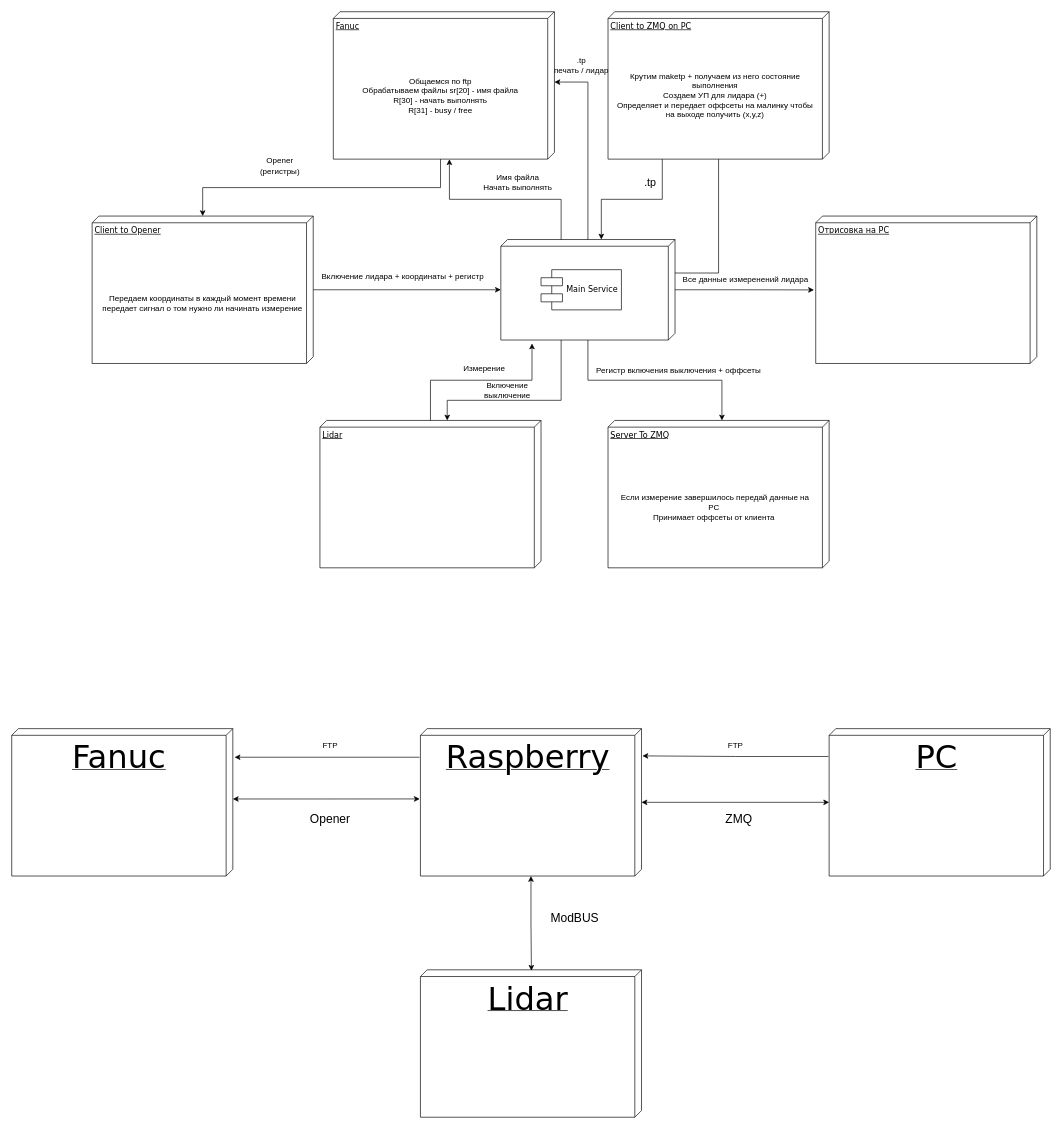
The draw.io diagram Диаграмма без названия.drawio in voinov-arduino/Fanuc, before the edit. Source tidied: cells renumbered, new cells numbered last; positions are measured from the earlier drawing's top-left corner, leaving out a move shared by most shapes. Both pictures are drawn from the tidied source at 67%, with x=0, y=0 at pixel (11, 11).
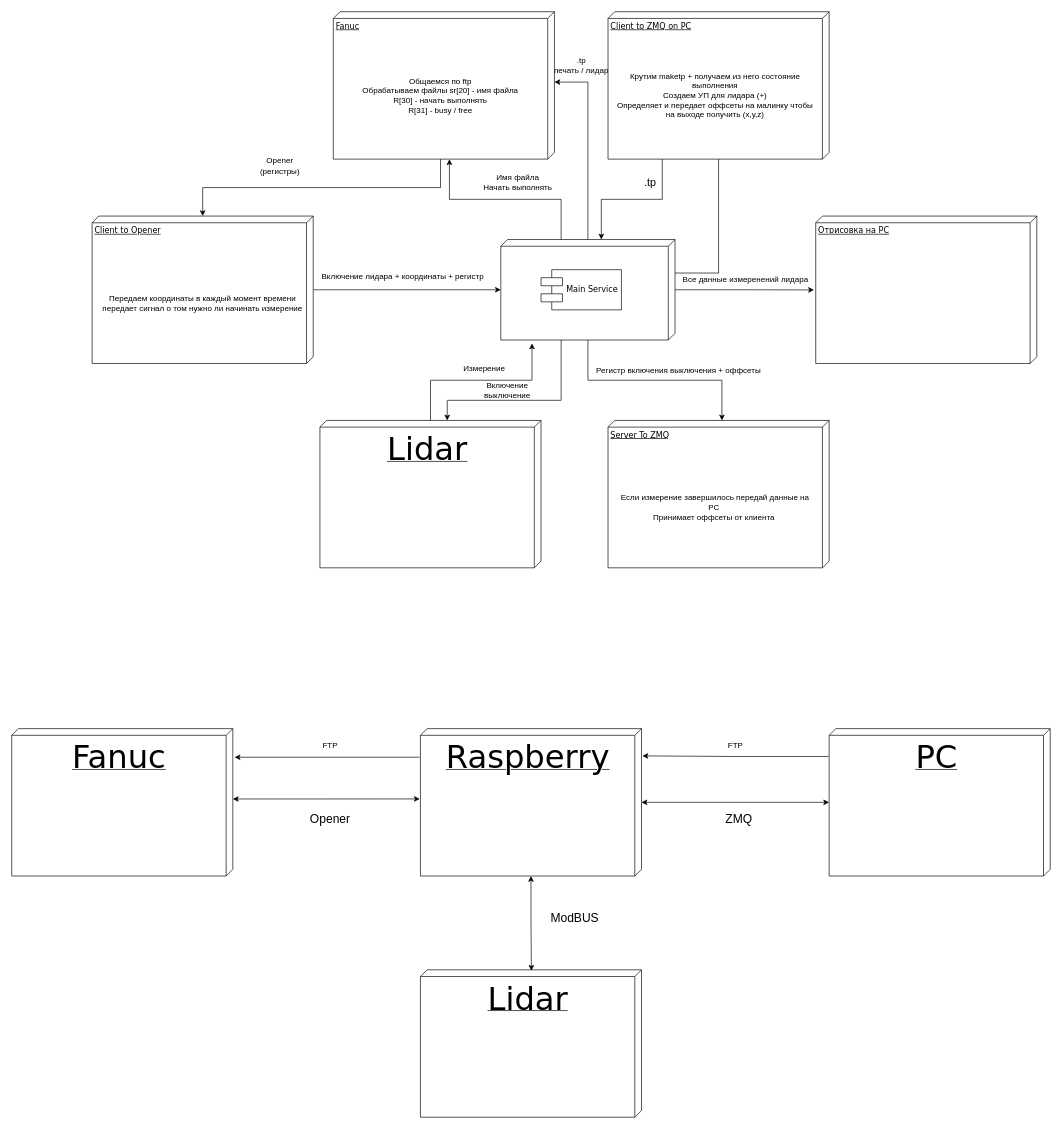
The same diagram, later.

Diff of the diagram source:
```diff
@@
-    <mxCell id="9" value="Lidar" style="verticalAlign=top;align=left;spacingTop=8;spacingLeft=2;spacingRight=12;shape=cube;size=10;direction=south;fontStyle=4;html=1;rounded=0;shadow=0;comic=0;labelBackgroundColor=none;strokeWidth=1;fontFamily=Verdana;fontSize=12;" parent="1" vertex="1">
+    <mxCell id="9" value="&lt;font style=&quot;font-size: 48px;&quot;&gt;Lidar&lt;/font&gt;" style="verticalAlign=top;align=center;spacingTop=8;spacingLeft=2;spacingRight=12;shape=cube;size=10;direction=south;fontStyle=4;html=1;rounded=0;shadow=0;comic=0;labelBackgroundColor=none;strokeWidth=1;fontFamily=Verdana;fontSize=12;" parent="1" vertex="1">
       <mxGeometry x="460" y="610" width="330" height="220" as="geometry" />
     </mxCell>
```
